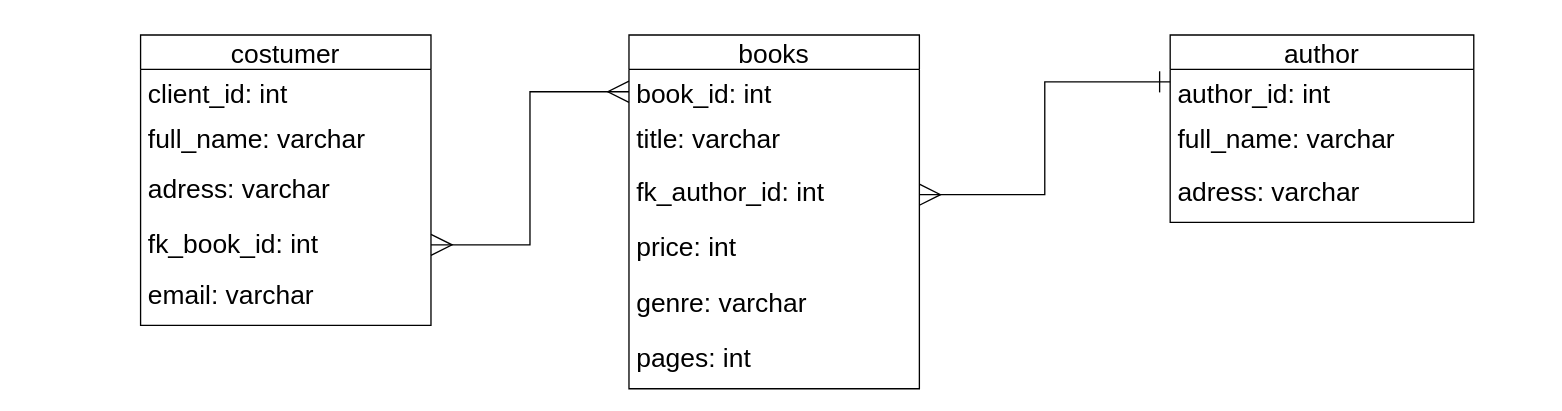
Before: page "Page-3" (3 of 4) of Silia/library.drawio in MichaelSteinacherPDC/BE17-DBDev-Day-1-Steinacher-Cronauer, a draw.io diagram. Source tidied: cells renumbered, new cells numbered last; positions are measured from the earlier drawing's top-left corner, leaving out a move shared by most shapes. Both pictures are drawn from the tidied source at 132%, with x=0, y=0 at pixel (140, 34).
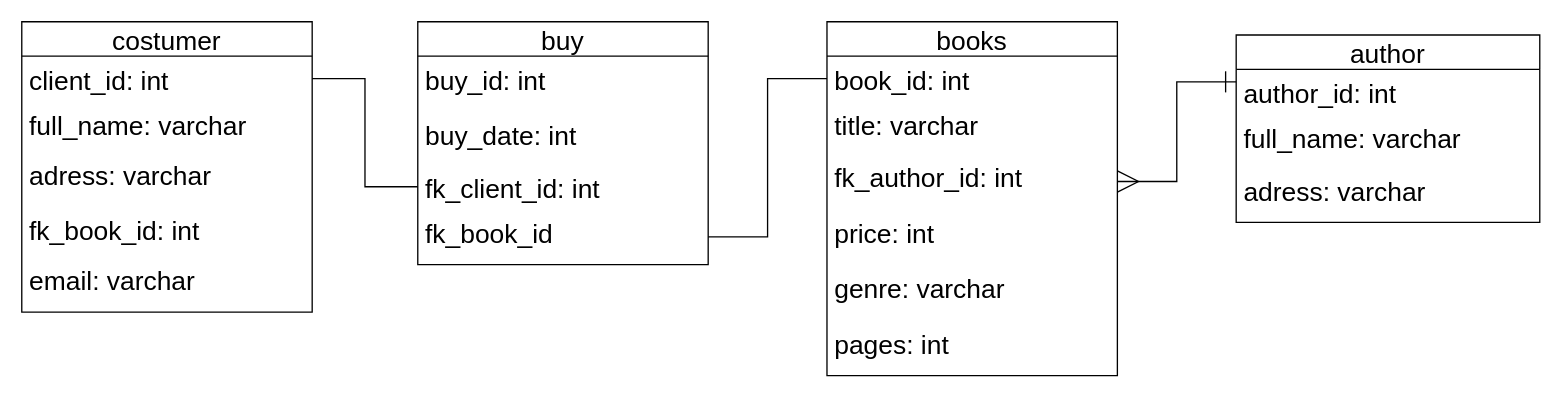
Above is the later version.

Unchanged cells that the change refers to:
```xml
<mxCell id="3" value="client_id: int" style="text;strokeColor=none;fillColor=none;align=left;verticalAlign=top;spacingLeft=4;spacingRight=4;overflow=hidden;points=[[0,0.5],[1,0.5]];portConstraint=eastwest;hachureGap=4;fontFamily=Helvetica;fontSize=20;" parent="2" vertex="1">
  <mxGeometry y="26" width="220" height="34" as="geometry" />
</mxCell>
<mxCell id="6" value="fk_book_id: int" style="text;strokeColor=none;fillColor=none;align=left;verticalAlign=top;spacingLeft=4;spacingRight=4;overflow=hidden;points=[[0,0.5],[1,0.5]];portConstraint=eastwest;hachureGap=4;fontFamily=Helvetica;fontSize=20;" parent="2" vertex="1">
  <mxGeometry y="140" width="220" height="38" as="geometry" />
</mxCell>
<mxCell id="9" value="book_id: int" style="text;strokeColor=none;fillColor=none;align=left;verticalAlign=top;spacingLeft=4;spacingRight=4;overflow=hidden;points=[[0,0.5],[1,0.5]];portConstraint=eastwest;hachureGap=4;fontFamily=Helvetica;fontSize=20;" parent="8" vertex="1">
  <mxGeometry y="26" width="220" height="34" as="geometry" />
</mxCell>
```

The edit, as a diff of the source:
```diff
@@
     <mxCell id="2" value="costumer" style="swimlane;fontStyle=0;horizontal=1;startSize=26;fillColor=none;hachureGap=4;fontFamily=Helvetica;fontSize=20;" parent="1" vertex="1">
-      <mxGeometry width="220" height="220" as="geometry" />
+      <mxGeometry x="-90" y="-10" width="220" height="220" as="geometry" />
     </mxCell>
@@
     <mxCell id="8" value="books" style="swimlane;fontStyle=0;horizontal=1;startSize=26;fillColor=none;hachureGap=4;fontFamily=Helvetica;fontSize=20;" parent="1" vertex="1">
-      <mxGeometry x="370" width="220" height="268" as="geometry" />
+      <mxGeometry x="520" y="-10" width="220" height="268" as="geometry" />
     </mxCell>
@@
     <mxCell id="15" value="author" style="swimlane;fontStyle=0;horizontal=1;startSize=26;fillColor=none;hachureGap=4;fontFamily=Helvetica;fontSize=20;" parent="1" vertex="1">
-      <mxGeometry x="780" width="230" height="142" as="geometry" />
+      <mxGeometry x="830" width="230" height="142" as="geometry" />
     </mxCell>
@@
-    <mxCell id="20" style="edgeStyle=orthogonalEdgeStyle;rounded=0;hachureGap=4;jettySize=auto;html=1;exitX=1;exitY=0.5;exitDx=0;exitDy=0;entryX=0;entryY=0.5;entryDx=0;entryDy=0;fontFamily=Helvetica;fontSize=16;startArrow=ERmany;startFill=0;endArrow=ERmany;endFill=0;startSize=14;endSize=14;sourcePerimeterSpacing=8;targetPerimeterSpacing=8;" parent="1" edge="1" source="6" target="9">
-      <mxGeometry relative="1" as="geometry" />
-    </mxCell>
+    <mxCell id="21" value="buy" style="swimlane;fontStyle=0;horizontal=1;startSize=26;fillColor=none;hachureGap=4;fontFamily=Helvetica;fontSize=20;" parent="1" vertex="1">
+      <mxGeometry x="210" y="-10" width="220" height="184" as="geometry" />
+    </mxCell>
+    <mxCell id="22" value="buy_id: int" style="text;strokeColor=none;fillColor=none;align=left;verticalAlign=top;spacingLeft=4;spacingRight=4;overflow=hidden;hachureGap=4;fontFamily=Helvetica;fontSize=20;" parent="21" vertex="1">
+      <mxGeometry y="26" width="220" height="42" as="geometry" />
+    </mxCell>
+    <mxCell id="23" value="buy_date: int" style="text;strokeColor=none;fillColor=none;align=left;verticalAlign=top;spacingLeft=4;spacingRight=4;overflow=hidden;hachureGap=4;fontFamily=Helvetica;fontSize=20;" parent="21" vertex="1">
+      <mxGeometry y="68" width="220" height="40" as="geometry" />
+    </mxCell>
+    <mxCell id="24" value="fk_client_id: int" style="text;strokeColor=none;fillColor=none;align=left;verticalAlign=top;spacingLeft=4;spacingRight=4;overflow=hidden;points=[[0,0.5],[1,0.5]];portConstraint=eastwest;hachureGap=4;fontFamily=Helvetica;fontSize=20;" parent="21" vertex="1">
+      <mxGeometry y="108" width="220" height="34" as="geometry" />
+    </mxCell>
+    <mxCell id="25" value="fk_book_id" style="text;strokeColor=none;fillColor=none;align=left;verticalAlign=top;spacingLeft=4;spacingRight=4;overflow=hidden;points=[[0,0.5],[1,0.5]];portConstraint=eastwest;hachureGap=4;fontFamily=Helvetica;fontSize=20;" parent="21" vertex="1">
+      <mxGeometry y="142" width="220" height="42" as="geometry" />
+    </mxCell>
+    <mxCell id="26" style="edgeStyle=orthogonalEdgeStyle;rounded=0;hachureGap=4;jettySize=auto;html=1;exitX=1;exitY=0.5;exitDx=0;exitDy=0;entryX=0;entryY=0.5;entryDx=0;entryDy=0;fontFamily=Helvetica;fontSize=16;startArrow=none;startFill=0;endArrow=none;endFill=0;startSize=14;endSize=14;sourcePerimeterSpacing=8;targetPerimeterSpacing=8;" parent="1" edge="1" source="3" target="24">
+      <mxGeometry relative="1" as="geometry" />
+    </mxCell>
+    <mxCell id="27" style="edgeStyle=orthogonalEdgeStyle;rounded=0;hachureGap=4;jettySize=auto;html=1;exitX=1;exitY=0.5;exitDx=0;exitDy=0;entryX=0;entryY=0.5;entryDx=0;entryDy=0;fontFamily=Helvetica;fontSize=16;startArrow=none;startFill=0;endArrow=none;endFill=0;startSize=14;endSize=14;sourcePerimeterSpacing=8;targetPerimeterSpacing=8;" parent="1" edge="1" source="25" target="9">
+      <mxGeometry relative="1" as="geometry" />
+    </mxCell>
```
